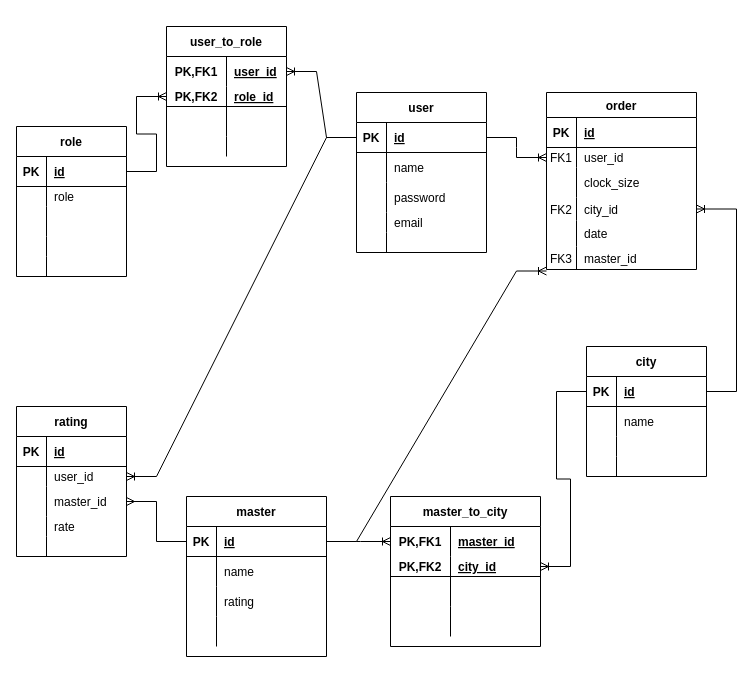
nensi-n/clockwise-clockware keeps this draw.io diagram as server/diagram/diagram.drawio. Above is the earlier version. Source tidied: cells renumbered, new cells numbered last; positions are measured from the earlier drawing's top-left corner, leaving out a move shared by most shapes. Both pictures are drawn from the tidied source at 100%, with x=0, y=0 at pixel (16, 26).
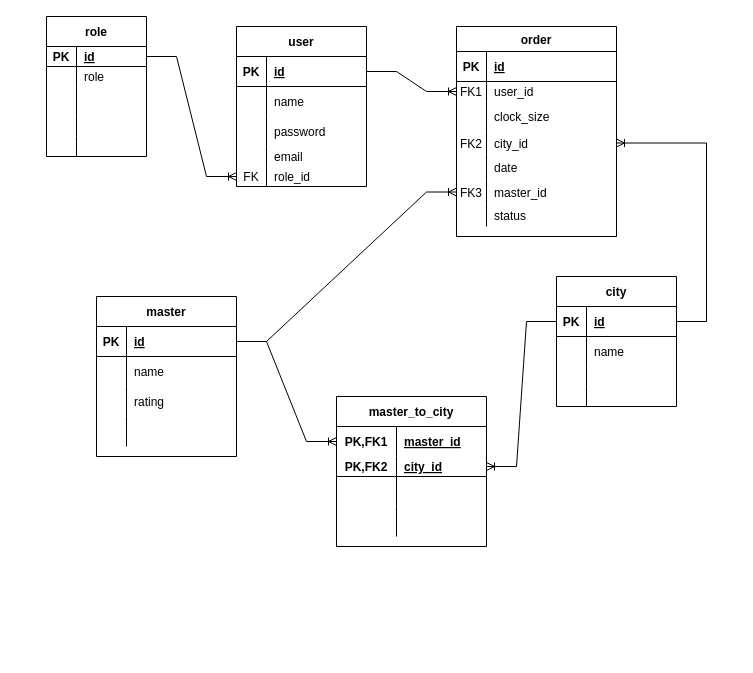
Above is the later version.

Unchanged cells that the change refers to:
```xml
<mxCell id="3" style="shape=tableRow;horizontal=0;startSize=0;swimlaneHead=0;swimlaneBody=0;fillColor=none;points=[[0,0.5],[1,0.5]];portConstraint=eastwest;top=0;left=0;right=0;bottom=1;" parent="2" vertex="1">
  <mxGeometry y="30" width="130" height="30" as="geometry" />
</mxCell>
<mxCell id="15" style="shape=tableRow;horizontal=0;startSize=0;swimlaneHead=0;swimlaneBody=0;fillColor=none;points=[[0,0.5],[1,0.5]];portConstraint=eastwest;top=0;left=0;right=0;bottom=0;" parent="2" vertex="1">
  <mxGeometry y="140" width="130" height="20" as="geometry" />
</mxCell>
<mxCell id="19" style="shape=tableRow;horizontal=0;startSize=0;swimlaneHead=0;swimlaneBody=0;fillColor=none;points=[[0,0.5],[1,0.5]];portConstraint=eastwest;top=0;left=0;right=0;bottom=1;" parent="18" vertex="1">
  <mxGeometry y="30" width="140" height="30" as="geometry" />
</mxCell>
```

What changed in the source:
```diff
@@
     <mxCell id="2" value="user" style="shape=table;startSize=30;childLayout=tableLayout;rowLines=0;fontStyle=1;align=center;" parent="1" vertex="1">
-      <mxGeometry x="340" y="66" width="130" height="160" as="geometry" />
+      <mxGeometry x="220" width="130" height="160" as="geometry" />
     </mxCell>
@@
-    <mxCell id="16" style="shape=partialRectangle;fillColor=none;top=0;left=0;bottom=0;right=0;overflow=hidden;" parent="15" vertex="1">
+    <mxCell id="16" value="FK" style="shape=partialRectangle;fillColor=none;top=0;left=0;bottom=0;right=0;overflow=hidden;" parent="15" vertex="1">
       <mxGeometry width="30" height="20" as="geometry" />
     </mxCell>
-    <mxCell id="17" style="shape=partialRectangle;fillColor=none;top=0;left=0;bottom=0;right=0;align=left;spacingLeft=6;overflow=hidden;" parent="15" vertex="1">
+    <mxCell id="17" value="role_id" style="shape=partialRectangle;fillColor=none;top=0;left=0;bottom=0;right=0;align=left;spacingLeft=6;overflow=hidden;" parent="15" vertex="1">
       <mxGeometry x="30" width="100" height="20" as="geometry" />
     </mxCell>
     <mxCell id="18" value="master" style="shape=table;startSize=30;childLayout=tableLayout;rowLines=0;fontStyle=1;align=center;" parent="1" vertex="1">
-      <mxGeometry x="170" y="470" width="140" height="160" as="geometry" />
+      <mxGeometry x="80" y="270" width="140" height="160" as="geometry" />
     </mxCell>
@@
     <mxCell id="31" value="city" style="shape=table;startSize=30;childLayout=tableLayout;rowLines=0;fontStyle=1;align=center;" parent="1" vertex="1">
-      <mxGeometry x="570" y="320" width="120" height="130" as="geometry" />
+      <mxGeometry x="540" y="250" width="120" height="130" as="geometry" />
     </mxCell>
@@
     <mxCell id="44" value="master_to_city" style="shape=table;startSize=30;childLayout=tableLayout;rowLines=0;fontStyle=1;align=center;" parent="1" vertex="1">
-      <mxGeometry x="374" y="470" width="150" height="150" as="geometry" />
+      <mxGeometry x="320" y="370" width="150" height="150" as="geometry" />
     </mxCell>
@@
     <mxCell id="59" value="order" style="shape=table;startSize=25;childLayout=tableLayout;rowLines=0;fontStyle=1;align=center;" parent="1" vertex="1">
-      <mxGeometry x="530" y="66" width="150" height="177" as="geometry" />
+      <mxGeometry x="440" width="160" height="210" as="geometry" />
     </mxCell>
     <mxCell id="60" style="shape=tableRow;horizontal=0;startSize=0;swimlaneHead=0;swimlaneBody=0;fillColor=none;top=0;left=0;right=0;bottom=1;" parent="59" vertex="1">
-      <mxGeometry y="25" width="150" height="30" as="geometry" />
+      <mxGeometry y="25" width="160" height="30" as="geometry" />
     </mxCell>
@@
     <mxCell id="62" value="id" style="shape=partialRectangle;fillColor=none;top=0;left=0;bottom=0;right=0;align=left;spacingLeft=6;fontStyle=5;overflow=hidden;" parent="60" vertex="1">
-      <mxGeometry x="30" width="120" height="30" as="geometry" />
+      <mxGeometry x="30" width="130" height="30" as="geometry" />
     </mxCell>
     <mxCell id="63" style="shape=tableRow;horizontal=0;startSize=0;swimlaneHead=0;swimlaneBody=0;fillColor=none;points=[[0,0.5],[1,0.5]];portConstraint=eastwest;top=0;left=0;right=0;bottom=0;" parent="59" vertex="1">
-      <mxGeometry y="55" width="150" height="20" as="geometry" />
+      <mxGeometry y="55" width="160" height="20" as="geometry" />
     </mxCell>
@@
     <mxCell id="65" value="user_id" style="shape=partialRectangle;fillColor=none;top=0;left=0;bottom=0;right=0;align=left;spacingLeft=6;overflow=hidden;" parent="63" vertex="1">
-      <mxGeometry x="30" width="120" height="20" as="geometry" />
+      <mxGeometry x="30" width="130" height="20" as="geometry" />
     </mxCell>
     <mxCell id="66" style="shape=tableRow;horizontal=0;startSize=0;swimlaneHead=0;swimlaneBody=0;fillColor=none;top=0;left=0;right=0;bottom=0;" parent="59" vertex="1">
-      <mxGeometry y="75" width="150" height="30" as="geometry" />
+      <mxGeometry y="75" width="160" height="30" as="geometry" />
     </mxCell>
@@
     <mxCell id="68" value="clock_size" style="shape=partialRectangle;fillColor=none;top=0;left=0;bottom=0;right=0;align=left;spacingLeft=6;overflow=hidden;" parent="66" vertex="1">
-      <mxGeometry x="30" width="120" height="30" as="geometry" />
+      <mxGeometry x="30" width="130" height="30" as="geometry" />
     </mxCell>
     <mxCell id="69" style="shape=tableRow;horizontal=0;startSize=0;swimlaneHead=0;swimlaneBody=0;fillColor=none;points=[[0,0.5],[1,0.5]];portConstraint=eastwest;top=0;left=0;right=0;bottom=0;" parent="59" vertex="1">
-      <mxGeometry y="105" width="150" height="23" as="geometry" />
+      <mxGeometry y="105" width="160" height="23" as="geometry" />
     </mxCell>
@@
     <mxCell id="71" value="city_id" style="shape=partialRectangle;fillColor=none;top=0;left=0;bottom=0;right=0;align=left;spacingLeft=6;overflow=hidden;" parent="69" vertex="1">
-      <mxGeometry x="30" width="120" height="23" as="geometry" />
+      <mxGeometry x="30" width="130" height="23" as="geometry" />
     </mxCell>
     <mxCell id="72" style="shape=tableRow;horizontal=0;startSize=0;swimlaneHead=0;swimlaneBody=0;fillColor=none;top=0;left=0;right=0;bottom=0;" parent="59" vertex="1">
-      <mxGeometry y="128" width="150" height="26" as="geometry" />
+      <mxGeometry y="128" width="160" height="26" as="geometry" />
     </mxCell>
@@
     <mxCell id="74" value="date" style="shape=partialRectangle;fillColor=none;top=0;left=0;bottom=0;right=0;align=left;spacingLeft=6;overflow=hidden;" parent="72" vertex="1">
-      <mxGeometry x="30" width="120" height="26" as="geometry" />
+      <mxGeometry x="30" width="130" height="26" as="geometry" />
     </mxCell>
     <mxCell id="75" style="shape=tableRow;horizontal=0;startSize=0;swimlaneHead=0;swimlaneBody=0;fillColor=none;points=[[0,0.5],[1,0.5]];portConstraint=eastwest;top=0;left=0;right=0;bottom=0;" parent="59" vertex="1">
-      <mxGeometry y="154" width="150" height="23" as="geometry" />
+      <mxGeometry y="154" width="160" height="23" as="geometry" />
     </mxCell>
@@
     <mxCell id="77" value="master_id" style="shape=partialRectangle;fillColor=none;top=0;left=0;bottom=0;right=0;align=left;spacingLeft=6;overflow=hidden;" parent="75" vertex="1">
-      <mxGeometry x="30" width="120" height="23" as="geometry" />
+      <mxGeometry x="30" width="130" height="23" as="geometry" />
     </mxCell>
+    <mxCell id="130" style="shape=tableRow;horizontal=0;startSize=0;swimlaneHead=0;swimlaneBody=0;fillColor=none;top=0;left=0;right=0;bottom=0;" parent="59" vertex="1">
+      <mxGeometry y="177" width="160" height="23" as="geometry" />
+    </mxCell>
+    <mxCell id="131" style="shape=partialRectangle;fillColor=none;top=0;left=0;bottom=0;right=0;overflow=hidden;" parent="130" vertex="1">
+      <mxGeometry width="30" height="23" as="geometry" />
+    </mxCell>
+    <mxCell id="132" value="status" style="shape=partialRectangle;fillColor=none;top=0;left=0;bottom=0;right=0;align=left;spacingLeft=6;overflow=hidden;" parent="130" vertex="1">
+      <mxGeometry x="30" width="130" height="23" as="geometry" />
+    </mxCell>
@@
-    <mxCell id="80" style="edgeStyle=entityRelationEdgeStyle;fontSize=12;html=1;endArrow=ERoneToMany;rounded=0;entryX=0;entryY=1.065;entryDx=0;entryDy=0;entryPerimeter=0;exitX=1;exitY=0.5;exitDx=0;exitDy=0;" parent="1" edge="1" source="19" target="75">
+    <mxCell id="80" style="edgeStyle=entityRelationEdgeStyle;fontSize=12;html=1;endArrow=ERoneToMany;rounded=0;entryX=0;entryY=0.5;entryDx=0;entryDy=0;exitX=1;exitY=0.5;exitDx=0;exitDy=0;" parent="1" edge="1" source="19" target="75">
       <mxGeometry relative="1" as="geometry" />
     </mxCell>
     <mxCell id="81" value="role" style="shape=table;startSize=30;childLayout=tableLayout;rowLines=0;fontStyle=1;align=center;" parent="1" vertex="1">
-      <mxGeometry y="100" width="110" height="150" as="geometry" />
+      <mxGeometry x="30" y="-10" width="100" height="140" as="geometry" />
     </mxCell>
     <mxCell id="82" style="shape=tableRow;horizontal=0;startSize=0;swimlaneHead=0;swimlaneBody=0;fillColor=none;points=[[0,0.5],[1,0.5]];portConstraint=eastwest;top=0;left=0;right=0;bottom=1;" parent="81" vertex="1">
-      <mxGeometry y="30" width="110" height="30" as="geometry" />
+      <mxGeometry y="30" width="100" height="20" as="geometry" />
     </mxCell>
     <mxCell id="83" value="PK" style="shape=partialRectangle;fillColor=none;top=0;left=0;bottom=0;right=0;fontStyle=1;overflow=hidden;" parent="82" vertex="1">
-      <mxGeometry width="30" height="30" as="geometry" />
+      <mxGeometry width="30" height="20" as="geometry" />
     </mxCell>
     <mxCell id="84" value="id" style="shape=partialRectangle;fillColor=none;top=0;left=0;bottom=0;right=0;align=left;spacingLeft=6;fontStyle=5;overflow=hidden;" parent="82" vertex="1">
-      <mxGeometry x="30" width="80" height="30" as="geometry" />
+      <mxGeometry x="30" width="70" height="20" as="geometry" />
     </mxCell>
     <mxCell id="85" style="shape=tableRow;horizontal=0;startSize=0;swimlaneHead=0;swimlaneBody=0;fillColor=none;top=0;left=0;right=0;bottom=0;" parent="81" vertex="1">
-      <mxGeometry y="60" width="110" height="20" as="geometry" />
+      <mxGeometry y="50" width="100" height="20" as="geometry" />
     </mxCell>
@@
     <mxCell id="87" value="role" style="shape=partialRectangle;fillColor=none;top=0;left=0;bottom=0;right=0;align=left;spacingLeft=6;overflow=hidden;" parent="85" vertex="1">
-      <mxGeometry x="30" width="80" height="20" as="geometry" />
+      <mxGeometry x="30" width="70" height="20" as="geometry" />
     </mxCell>
     <mxCell id="88" style="shape=tableRow;horizontal=0;startSize=0;swimlaneHead=0;swimlaneBody=0;fillColor=none;top=0;left=0;right=0;bottom=0;" parent="81" vertex="1">
-      <mxGeometry y="80" width="110" height="30" as="geometry" />
+      <mxGeometry y="70" width="100" height="30" as="geometry" />
     </mxCell>
@@
     <mxCell id="90" style="shape=partialRectangle;fillColor=none;top=0;left=0;bottom=0;right=0;align=left;spacingLeft=6;overflow=hidden;" parent="88" vertex="1">
-      <mxGeometry x="30" width="80" height="30" as="geometry" />
+      <mxGeometry x="30" width="70" height="30" as="geometry" />
     </mxCell>
     <mxCell id="91" style="shape=tableRow;horizontal=0;startSize=0;swimlaneHead=0;swimlaneBody=0;fillColor=none;top=0;left=0;right=0;bottom=0;" parent="81" vertex="1">
-      <mxGeometry y="110" width="110" height="20" as="geometry" />
+      <mxGeometry y="100" width="100" height="20" as="geometry" />
     </mxCell>
@@
     <mxCell id="93" style="shape=partialRectangle;fillColor=none;top=0;left=0;bottom=0;right=0;align=left;spacingLeft=6;overflow=hidden;" parent="91" vertex="1">
-      <mxGeometry x="30" width="80" height="20" as="geometry" />
+      <mxGeometry x="30" width="70" height="20" as="geometry" />
     </mxCell>
     <mxCell id="94" style="shape=tableRow;horizontal=0;startSize=0;swimlaneHead=0;swimlaneBody=0;fillColor=none;top=0;left=0;right=0;bottom=0;" parent="81" vertex="1">
-      <mxGeometry y="130" width="110" height="20" as="geometry" />
+      <mxGeometry y="120" width="100" height="20" as="geometry" />
     </mxCell>
@@
     <mxCell id="96" style="shape=partialRectangle;fillColor=none;top=0;left=0;bottom=0;right=0;align=left;spacingLeft=6;overflow=hidden;" parent="94" vertex="1">
-      <mxGeometry x="30" width="80" height="20" as="geometry" />
+      <mxGeometry x="30" width="70" height="20" as="geometry" />
     </mxCell>
-    <mxCell id="97" value="user_to_role" style="shape=table;startSize=30;childLayout=tableLayout;rowLines=0;fontStyle=1;align=center;" parent="1" vertex="1">
-      <mxGeometry x="150" width="120" height="140" as="geometry" />
-    </mxCell>
-    <mxCell id="98" style="shape=tableRow;horizontal=0;startSize=0;swimlaneHead=0;swimlaneBody=0;fillColor=none;points=[[0,0.5],[1,0.5]];portConstraint=eastwest;top=0;left=0;right=0;bottom=0;" parent="97" vertex="1">
-      <mxGeometry y="30" width="120" height="30" as="geometry" />
-    </mxCell>
-    <mxCell id="99" value="PK,FK1" style="shape=partialRectangle;fillColor=none;top=0;left=0;bottom=0;right=0;fontStyle=1;overflow=hidden;" parent="98" vertex="1">
-      <mxGeometry width="60" height="30" as="geometry" />
-    </mxCell>
-    <mxCell id="100" value="user_id" style="shape=partialRectangle;fillColor=none;top=0;left=0;bottom=0;right=0;align=left;spacingLeft=6;fontStyle=5;overflow=hidden;" parent="98" vertex="1">
-      <mxGeometry x="60" width="60" height="30" as="geometry" />
-    </mxCell>
-    <mxCell id="101" style="shape=tableRow;horizontal=0;startSize=0;swimlaneHead=0;swimlaneBody=0;fillColor=none;points=[[0,0.5],[1,0.5]];portConstraint=eastwest;top=0;left=0;right=0;bottom=1;" parent="97" vertex="1">
-      <mxGeometry y="60" width="120" height="20" as="geometry" />
-    </mxCell>
-    <mxCell id="102" value="PK,FK2" style="shape=partialRectangle;fillColor=none;top=0;left=0;bottom=0;right=0;fontStyle=1;overflow=hidden;" parent="101" vertex="1">
-      <mxGeometry width="60" height="20" as="geometry" />
-    </mxCell>
-    <mxCell id="103" value="role_id" style="shape=partialRectangle;fillColor=none;top=0;left=0;bottom=0;right=0;align=left;spacingLeft=6;fontStyle=5;overflow=hidden;" parent="101" vertex="1">
-      <mxGeometry x="60" width="60" height="20" as="geometry" />
-    </mxCell>
-    <mxCell id="104" style="shape=tableRow;horizontal=0;startSize=0;swimlaneHead=0;swimlaneBody=0;fillColor=none;top=0;left=0;right=0;bottom=0;" parent="97" vertex="1">
-      <mxGeometry y="80" width="120" height="30" as="geometry" />
-    </mxCell>
-    <mxCell id="105" style="shape=partialRectangle;fillColor=none;top=0;left=0;bottom=0;right=0;overflow=hidden;" parent="104" vertex="1">
-      <mxGeometry width="60" height="30" as="geometry" />
-    </mxCell>
-    <mxCell id="106" style="shape=partialRectangle;fillColor=none;top=0;left=0;bottom=0;right=0;align=left;spacingLeft=6;overflow=hidden;" parent="104" vertex="1">
-      <mxGeometry x="60" width="60" height="30" as="geometry" />
-    </mxCell>
-    <mxCell id="107" style="shape=tableRow;horizontal=0;startSize=0;swimlaneHead=0;swimlaneBody=0;fillColor=none;top=0;left=0;right=0;bottom=0;" parent="97" vertex="1">
-      <mxGeometry y="110" width="120" height="20" as="geometry" />
-    </mxCell>
-    <mxCell id="108" style="shape=partialRectangle;fillColor=none;top=0;left=0;bottom=0;right=0;overflow=hidden;" parent="107" vertex="1">
-      <mxGeometry width="60" height="20" as="geometry" />
-    </mxCell>
-    <mxCell id="109" style="shape=partialRectangle;fillColor=none;top=0;left=0;bottom=0;right=0;align=left;spacingLeft=6;overflow=hidden;" parent="107" vertex="1">
-      <mxGeometry x="60" width="60" height="20" as="geometry" />
-    </mxCell>
-    <mxCell id="110" style="edgeStyle=entityRelationEdgeStyle;fontSize=12;html=1;endArrow=ERoneToMany;rounded=0;entryX=1;entryY=0.5;entryDx=0;entryDy=0;exitX=0;exitY=0.5;exitDx=0;exitDy=0;" parent="1" edge="1" source="3" target="98">
+    <mxCell id="110" style="edgeStyle=entityRelationEdgeStyle;fontSize=12;html=1;endArrow=ERoneToMany;rounded=0;entryX=0;entryY=0.5;entryDx=0;entryDy=0;exitX=1;exitY=0.5;exitDx=0;exitDy=0;" parent="1" edge="1" source="82" target="15">
       <mxGeometry relative="1" as="geometry" />
     </mxCell>
-    <mxCell id="111" style="edgeStyle=entityRelationEdgeStyle;fontSize=12;html=1;endArrow=ERoneToMany;rounded=0;entryX=0;entryY=0.5;entryDx=0;entryDy=0;exitX=1;exitY=0.5;exitDx=0;exitDy=0;" parent="1" edge="1" source="82" target="101">
-      <mxGeometry relative="1" as="geometry" />
-    </mxCell>
-    <mxCell id="112" value="rating" style="shape=table;startSize=30;childLayout=tableLayout;rowLines=0;fontStyle=1;align=center;" parent="1" vertex="1">
-      <mxGeometry y="380" width="110" height="150" as="geometry" />
-    </mxCell>
-    <mxCell id="113" style="shape=tableRow;horizontal=0;startSize=0;swimlaneHead=0;swimlaneBody=0;fillColor=none;top=0;left=0;right=0;bottom=1;" parent="112" vertex="1">
-      <mxGeometry y="30" width="110" height="30" as="geometry" />
-    </mxCell>
-    <mxCell id="114" value="PK" style="shape=partialRectangle;fillColor=none;top=0;left=0;bottom=0;right=0;fontStyle=1;overflow=hidden;" parent="113" vertex="1">
-      <mxGeometry width="30" height="30" as="geometry" />
-    </mxCell>
-    <mxCell id="115" value="id" style="shape=partialRectangle;fillColor=none;top=0;left=0;bottom=0;right=0;align=left;spacingLeft=6;fontStyle=5;overflow=hidden;" parent="113" vertex="1">
-      <mxGeometry x="30" width="80" height="30" as="geometry" />
-    </mxCell>
-    <mxCell id="116" style="shape=tableRow;horizontal=0;startSize=0;swimlaneHead=0;swimlaneBody=0;fillColor=none;points=[[0,0.5],[1,0.5]];portConstraint=eastwest;top=0;left=0;right=0;bottom=0;" parent="112" vertex="1">
-      <mxGeometry y="60" width="110" height="20" as="geometry" />
-    </mxCell>
-    <mxCell id="117" style="shape=partialRectangle;fillColor=none;top=0;left=0;bottom=0;right=0;overflow=hidden;" parent="116" vertex="1">
-      <mxGeometry width="30" height="20" as="geometry" />
-    </mxCell>
-    <mxCell id="118" value="user_id" style="shape=partialRectangle;fillColor=none;top=0;left=0;bottom=0;right=0;align=left;spacingLeft=6;overflow=hidden;" parent="116" vertex="1">
-      <mxGeometry x="30" width="80" height="20" as="geometry" />
-    </mxCell>
-    <mxCell id="119" style="shape=tableRow;horizontal=0;startSize=0;swimlaneHead=0;swimlaneBody=0;fillColor=none;points=[[0,0.5],[1,0.5]];portConstraint=eastwest;top=0;left=0;right=0;bottom=0;" parent="112" vertex="1">
-      <mxGeometry y="80" width="110" height="30" as="geometry" />
-    </mxCell>
-    <mxCell id="120" style="shape=partialRectangle;fillColor=none;top=0;left=0;bottom=0;right=0;overflow=hidden;" parent="119" vertex="1">
-      <mxGeometry width="30" height="30" as="geometry" />
-    </mxCell>
-    <mxCell id="121" value="master_id" style="shape=partialRectangle;fillColor=none;top=0;left=0;bottom=0;right=0;align=left;spacingLeft=6;overflow=hidden;" parent="119" vertex="1">
-      <mxGeometry x="30" width="80" height="30" as="geometry" />
-    </mxCell>
-    <mxCell id="122" style="shape=tableRow;horizontal=0;startSize=0;swimlaneHead=0;swimlaneBody=0;fillColor=none;top=0;left=0;right=0;bottom=0;" parent="112" vertex="1">
-      <mxGeometry y="110" width="110" height="20" as="geometry" />
-    </mxCell>
-    <mxCell id="123" style="shape=partialRectangle;fillColor=none;top=0;left=0;bottom=0;right=0;overflow=hidden;" parent="122" vertex="1">
-      <mxGeometry width="30" height="20" as="geometry" />
-    </mxCell>
-    <mxCell id="124" value="rate" style="shape=partialRectangle;fillColor=none;top=0;left=0;bottom=0;right=0;align=left;spacingLeft=6;overflow=hidden;" parent="122" vertex="1">
-      <mxGeometry x="30" width="80" height="20" as="geometry" />
-    </mxCell>
-    <mxCell id="125" style="shape=tableRow;horizontal=0;startSize=0;swimlaneHead=0;swimlaneBody=0;fillColor=none;top=0;left=0;right=0;bottom=0;" parent="112" vertex="1">
-      <mxGeometry y="130" width="110" height="20" as="geometry" />
-    </mxCell>
-    <mxCell id="126" style="shape=partialRectangle;fillColor=none;top=0;left=0;bottom=0;right=0;overflow=hidden;" parent="125" vertex="1">
-      <mxGeometry width="30" height="20" as="geometry" />
-    </mxCell>
-    <mxCell id="127" style="shape=partialRectangle;fillColor=none;top=0;left=0;bottom=0;right=0;align=left;spacingLeft=6;overflow=hidden;" parent="125" vertex="1">
-      <mxGeometry x="30" width="80" height="20" as="geometry" />
-    </mxCell>
-    <mxCell id="128" style="edgeStyle=entityRelationEdgeStyle;fontSize=12;html=1;endArrow=ERmany;rounded=0;exitX=0;exitY=0.5;exitDx=0;exitDy=0;entryX=1;entryY=0.5;entryDx=0;entryDy=0;" parent="1" edge="1" source="19" target="119">
-      <mxGeometry relative="1" as="geometry" />
-    </mxCell>
-    <mxCell id="129" style="edgeStyle=entityRelationEdgeStyle;fontSize=12;html=1;endArrow=ERoneToMany;rounded=0;entryX=1;entryY=0.5;entryDx=0;entryDy=0;exitX=0;exitY=0.5;exitDx=0;exitDy=0;" parent="1" edge="1" source="3" target="116">
-      <mxGeometry relative="1" as="geometry" />
-    </mxCell>
```
